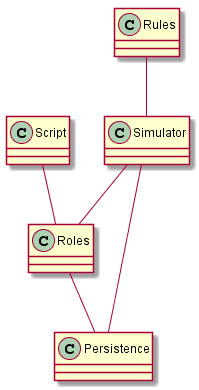
Earlier version of the PlantUML export static/src/ElementsECLogicPlay.png (hnbeck/NikosophyWeb).
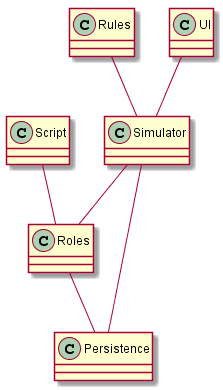
The same file after the commit.

Diff of the diagram source:
```diff
@@ -5,5 +5,6 @@
 Simulator -- Persistence
 Roles -- Persistence
 Script -- Roles
+UI -- Simulator
 
 @enduml
```
